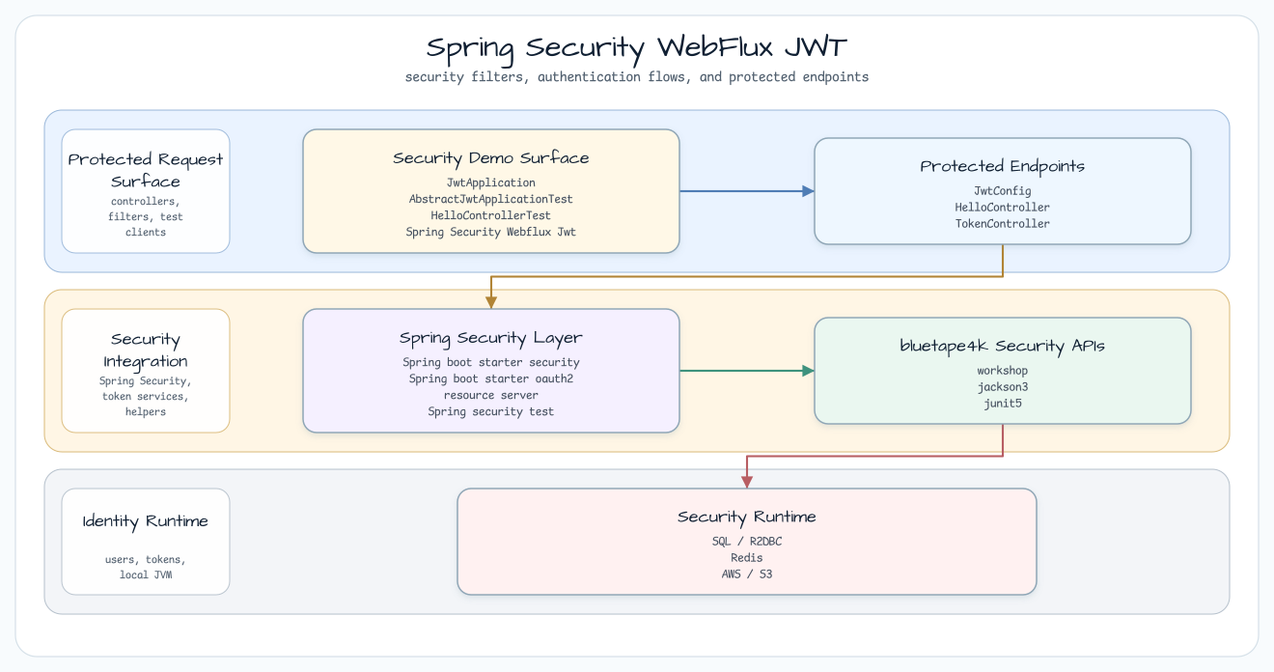
Above: docs/images/readme-diagrams/spring-security-webflux-jwt-readme-architecture-01.png in bluetape4k/bluetape4k-workshop (Graphviz), before the change. Its source is kept beside it as docs/images/readme-diagrams/spring-security-webflux-jwt-readme-architecture-01.dot.
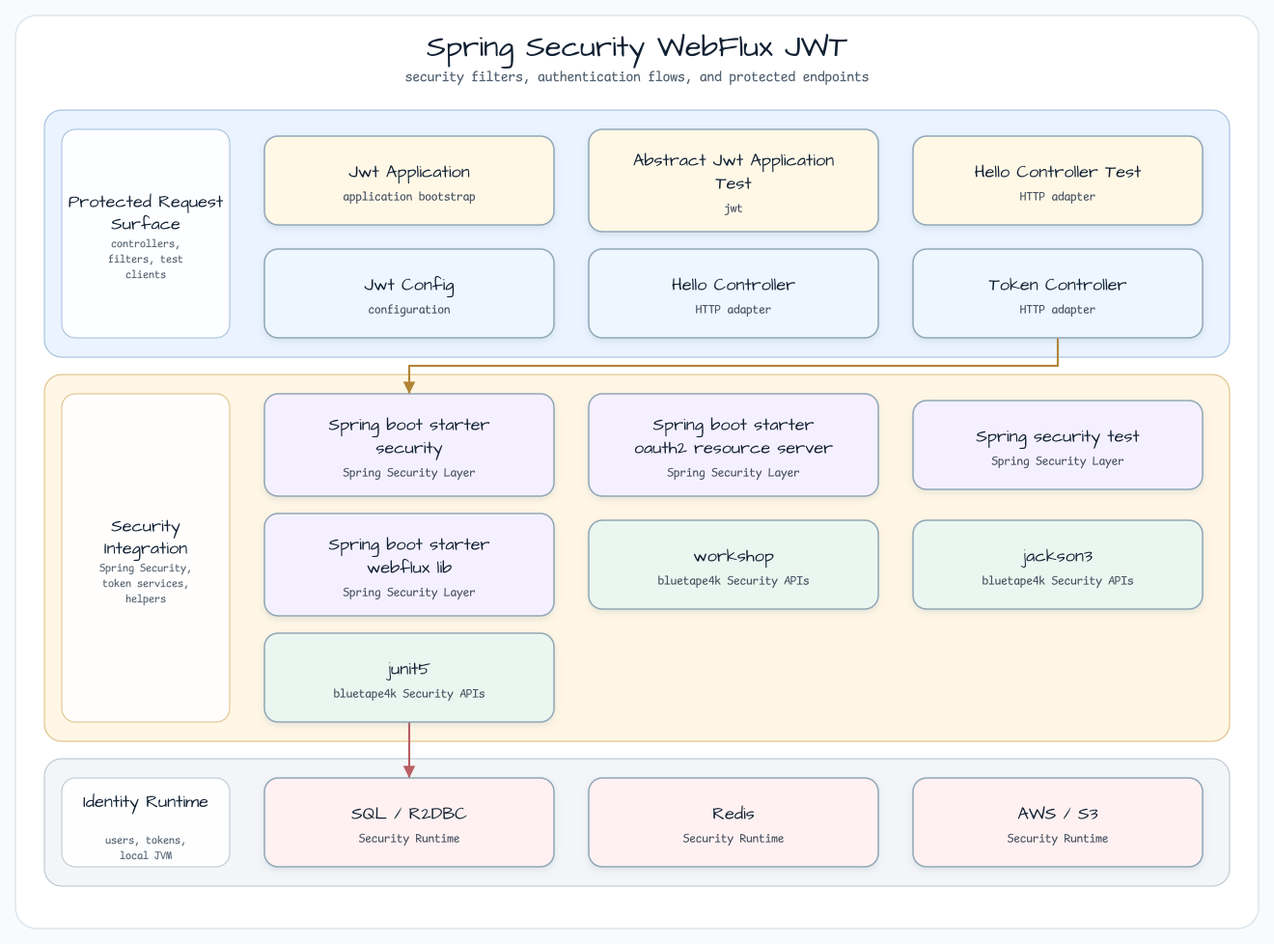
The same diagram one commit later.

The edit, as a diff of the source:
```diff
@@ -26,14 +26,23 @@
     fontsize=11
   ];
 
-  entry [label="Security Demo Surface\nJwtApplication\nAbstractJwtApplicationTest\nHelloControllerTest\nSpring Security Webflux Jwt", fillcolor="#FFF8E7"];
-  api [label="Protected Endpoints\nJwtConfig\nHelloController\nTokenController", fillcolor="#EEF7FF"];
-  infra [label="Spring Security Layer\nSpring boot starter security\nSpring boot starter oauth2\nresource server\nSpring security test", fillcolor="#F5F0FF"];
-  bt [label="bluetape4k Security APIs\nworkshop\njackson3\njunit5", fillcolor="#EAF7F0"];
-  runtime [label="Security Runtime\nSQL / R2DBC\nRedis\nAWS / S3", fillcolor="#FFF1F1"];
+  entry0 [label="Jwt Application\napplication bootstrap", fillcolor="#FFF8E7"];
+  entry1 [label="Abstract Jwt Application Test\njwt", fillcolor="#FFF8E7"];
+  entry2 [label="Hello Controller Test\nHTTP adapter", fillcolor="#FFF8E7"];
+  api0 [label="Jwt Config\nconfiguration", fillcolor="#EEF7FF"];
+  api1 [label="Hello Controller\nHTTP adapter", fillcolor="#EEF7FF"];
+  api2 [label="Token Controller\nHTTP adapter", fillcolor="#EEF7FF"];
+  infra0 [label="Spring boot starter security\nSpring Security Layer", fillcolor="#F5F0FF"];
+  infra1 [label="Spring boot starter oauth2 resource server\nSpring Security Layer", fillcolor="#F5F0FF"];
+  infra2 [label="Spring security test\nSpring Security Layer", fillcolor="#F5F0FF"];
+  infra3 [label="Spring boot starter webflux lib\nSpring Security Layer", fillcolor="#F5F0FF"];
+  bt0 [label="workshop\nbluetape4k Security APIs", fillcolor="#EAF7F0"];
+  bt1 [label="jackson3\nbluetape4k Security APIs", fillcolor="#EAF7F0"];
+  bt2 [label="junit5\nbluetape4k Security APIs", fillcolor="#EAF7F0"];
+  runtime0 [label="SQL / R2DBC\nSecurity Runtime", fillcolor="#FFF1F1"];
+  runtime1 [label="Redis\nSecurity Runtime", fillcolor="#FFF1F1"];
+  runtime2 [label="AWS / S3\nSecurity Runtime", fillcolor="#FFF1F1"];
 
-  entry -> api [label="invokes"];
-  api -> infra [label="persists / publishes"];
-  infra -> bt [label="extends"];
-  bt -> runtime [label="adapts"];
+  api2 -> infra0 [label="uses"];
+  bt2 -> runtime0 [label="adapts"];
 }
```
